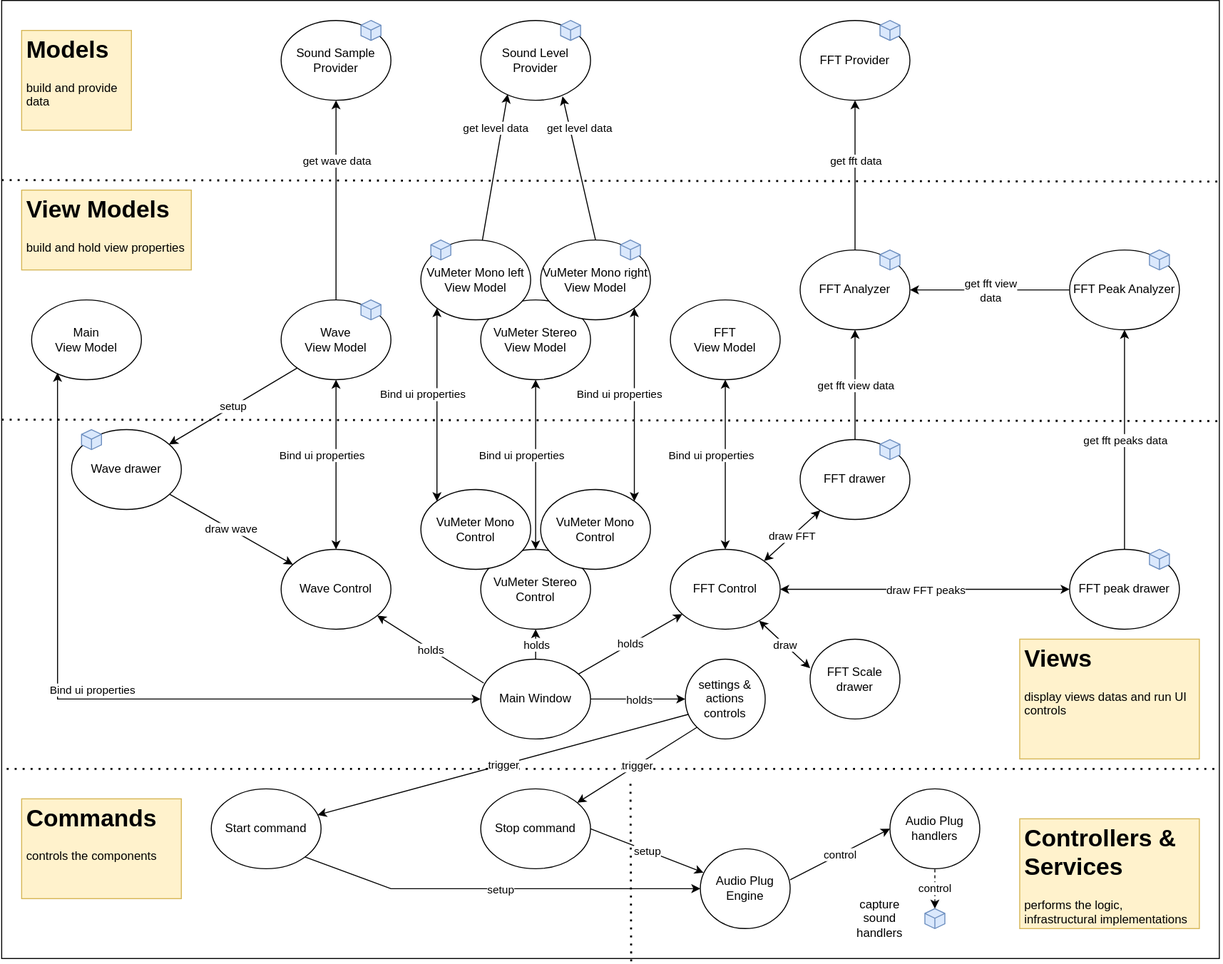
Before: Doc/components1.drawio.svg, a diagram exported from draw.io (franck-gaspoz/WindowsAudioSessionSample). Source tidied: cells renumbered, new cells last; positions are measured from the earlier drawing's top-left corner, leaving out a move shared by most shapes.
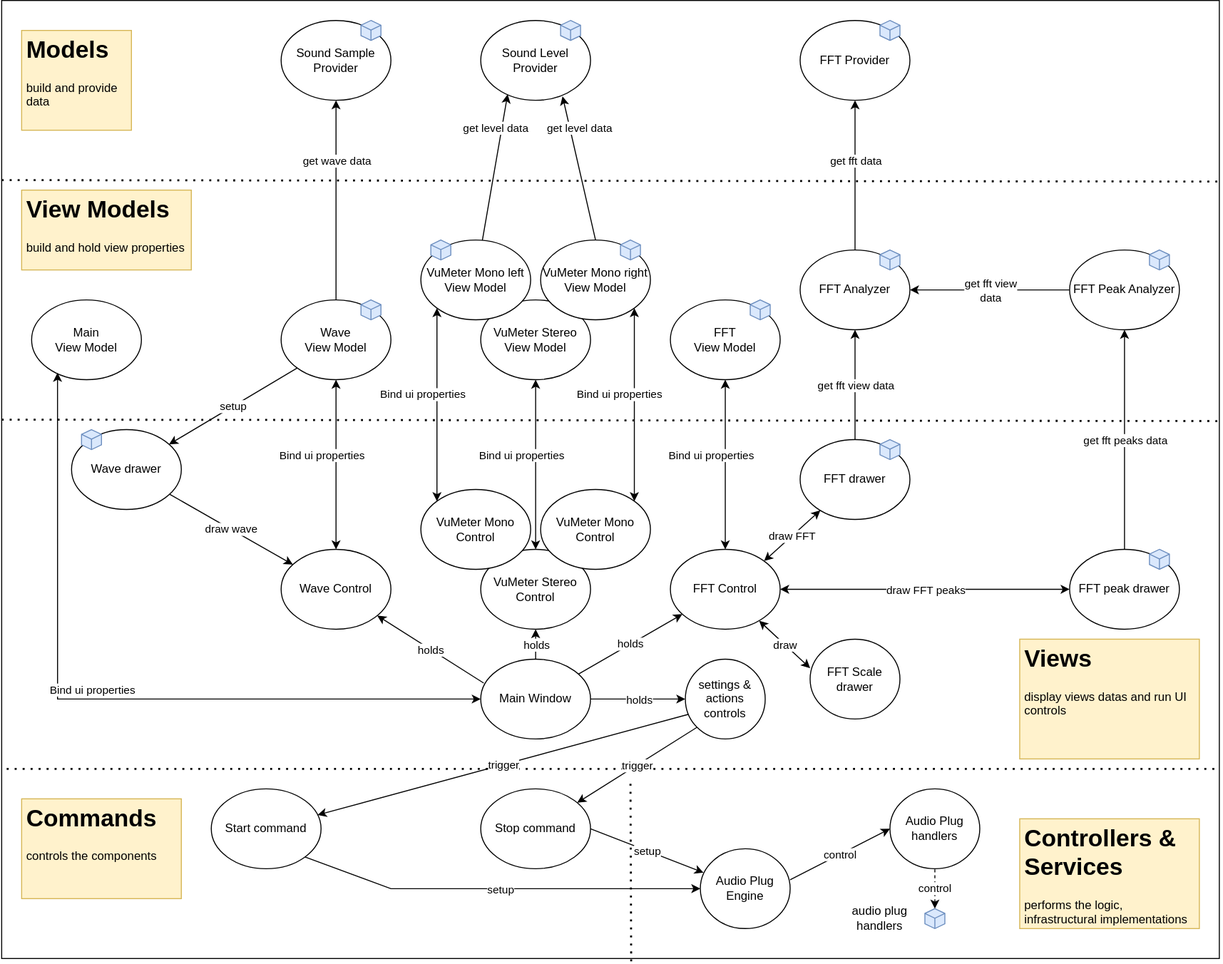
After the commit.

The edit, as a diff of the source:
```diff
@@ -332,7 +332,7 @@
     <mxCell id="99" value="holds" style="edgeLabel;html=1;align=center;verticalAlign=middle;" parent="98" vertex="1">
       <mxGeometry relative="1" as="geometry" />
     </mxCell>
-    <mxCell id="100" value="capture sound handlers" style="text;html=1;strokeColor=none;fillColor=none;align=center;verticalAlign=middle;whiteSpace=wrap;rounded=0;" parent="1" vertex="1">
+    <mxCell id="100" value="audio plug handlers" style="text;html=1;strokeColor=none;fillColor=none;align=center;verticalAlign=middle;whiteSpace=wrap;rounded=0;" parent="1" vertex="1">
       <mxGeometry x="850" y="900" width="60" height="40" as="geometry" />
     </mxCell>
     <mxCell id="101" style="whiteSpace=wrap;html=1;shape=mxgraph.basic.isocube;isoAngle=15;fillColor=#dae8fc;strokeColor=#6c8ebf;" parent="1" vertex="1">
@@ -352,5 +352,8 @@
         <mxPoint y="-40" as="offset" />
       </mxGeometry>
     </mxCell>
+    <mxCell id="106" style="whiteSpace=wrap;html=1;shape=mxgraph.basic.isocube;isoAngle=15;fillColor=#dae8fc;strokeColor=#6c8ebf;" parent="1" vertex="1">
+      <mxGeometry x="750" y="300" width="20" height="20" as="geometry" />
+    </mxCell>
   </root>
 </mxGraphModel>
```
